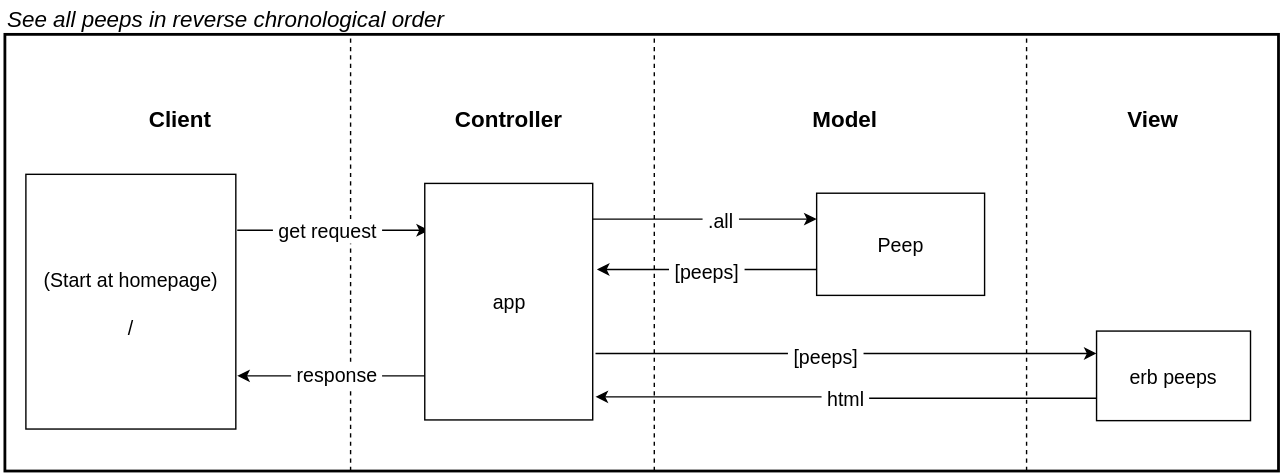
makersacademy/chitter-challenge keeps this draw.io diagram as chitter1.svg. Above is the earlier version. Source tidied: cells renumbered, new cells last; positions are measured from the earlier drawing's top-left corner, leaving out a move shared by most shapes.
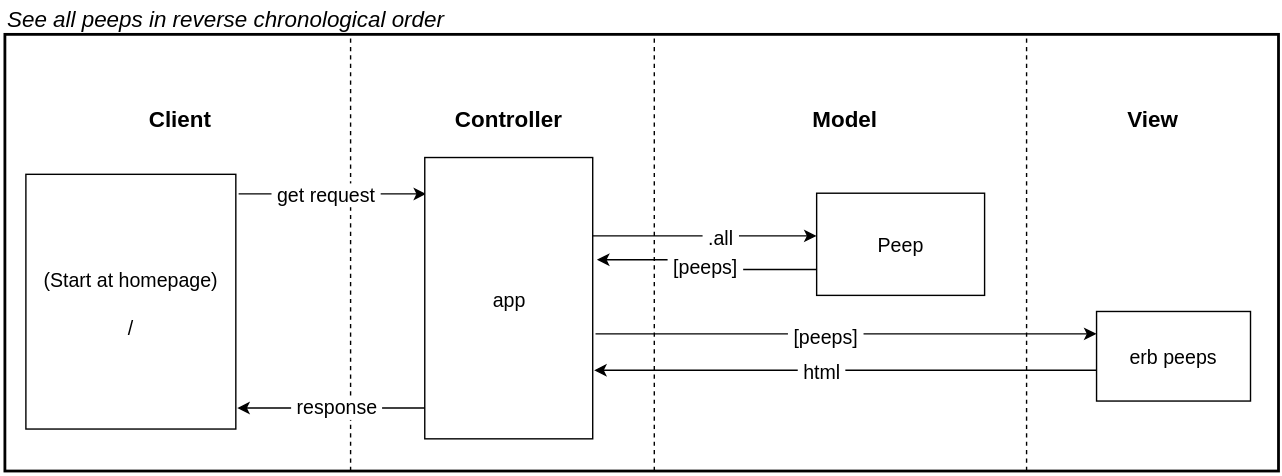
After the commit.

Commit message:
fixed time-axis...

Change to the diagram source:
```diff
@@ -35,7 +35,7 @@
     <mxCell id="9" value="View" style="text;strokeColor=none;fillColor=none;align=center;verticalAlign=middle;whiteSpace=wrap;rounded=0;glass=0;fontStyle=1;fontSize=16;horizontal=1;html=1;" parent="1" vertex="1">
       <mxGeometry x="780" y="62" width="80" height="40" as="geometry" />
     </mxCell>
-    <mxCell id="10" style="edgeStyle=orthogonalEdgeStyle;rounded=0;jettySize=auto;html=1;entryX=0.025;entryY=0.198;entryDx=0;entryDy=0;fontSize=12;entryPerimeter=0;exitX=1.007;exitY=0.22;exitDx=0;exitDy=0;exitPerimeter=0;" parent="1" edge="1" source="12" target="17">
+    <mxCell id="10" style="edgeStyle=orthogonalEdgeStyle;rounded=0;jettySize=auto;html=1;entryX=0.008;entryY=0.129;entryDx=0;entryDy=0;fontSize=12;entryPerimeter=0;exitX=1.013;exitY=0.077;exitDx=0;exitDy=0;exitPerimeter=0;" parent="1" edge="1" source="12" target="17">
       <mxGeometry relative="1" as="geometry" />
     </mxCell>
     <mxCell id="11" value="&amp;nbsp;get request&amp;nbsp;" style="text;html=1;align=center;verticalAlign=middle;labelBackgroundColor=#ffffff;fontSize=14;" parent="10" vertex="1">
@@ -46,16 +46,20 @@
     <mxCell id="12" value="(Start at homepage)&lt;br style=&quot;font-size: 14px&quot;&gt;&lt;br style=&quot;font-size: 14px&quot;&gt;/&lt;br style=&quot;font-size: 14px&quot;&gt;" style="html=1;fontSize=14;" parent="1" vertex="1">
       <mxGeometry x="15" y="122" width="150" height="182" as="geometry" />
     </mxCell>
-    <mxCell id="13" style="edgeStyle=orthogonalEdgeStyle;rounded=0;jettySize=auto;html=1;entryX=0;entryY=0.25;entryDx=0;entryDy=0;fontSize=14;" parent="1" edge="1" target="18">
+    <mxCell id="13" style="edgeStyle=orthogonalEdgeStyle;rounded=0;orthogonalLoop=1;jettySize=auto;html=1;entryX=0;entryY=0.25;entryDx=0;entryDy=0;fontSize=14;" parent="1" edge="1">
       <mxGeometry relative="1" as="geometry">
-        <mxPoint x="422" y="250" as="sourcePoint" />
+        <mxPoint x="422" y="236" as="sourcePoint" />
+        <mxPoint x="780" y="236" as="targetPoint" />
       </mxGeometry>
     </mxCell>
     <mxCell id="14" value="&amp;nbsp;[peeps]&amp;nbsp;" style="text;html=1;align=center;verticalAlign=middle;labelBackgroundColor=#ffffff;fontSize=14;" parent="13" vertex="1">
       <mxGeometry x="-0.08" y="-1" relative="1" as="geometry" />
     </mxCell>
-    <mxCell id="15" style="edgeStyle=orthogonalEdgeStyle;rounded=0;jettySize=auto;html=1;exitX=0.008;exitY=0.814;exitDx=0;exitDy=0;entryX=1.007;entryY=0.791;entryDx=0;entryDy=0;fontSize=14;exitPerimeter=0;entryPerimeter=0;" parent="1" edge="1" source="17" target="12">
-      <mxGeometry relative="1" as="geometry" />
+    <mxCell id="15" style="edgeStyle=orthogonalEdgeStyle;rounded=0;orthogonalLoop=1;jettySize=auto;html=1;exitX=0.008;exitY=0.814;exitDx=0;exitDy=0;entryX=1.007;entryY=0.791;entryDx=0;entryDy=0;fontSize=14;exitPerimeter=0;entryPerimeter=0;" parent="1" edge="1">
+      <mxGeometry relative="1" as="geometry">
+        <mxPoint x="301" y="289" as="sourcePoint" />
+        <mxPoint x="166" y="289" as="targetPoint" />
+      </mxGeometry>
     </mxCell>
     <mxCell id="16" value="&amp;nbsp;response&amp;nbsp;" style="text;html=1;align=center;verticalAlign=middle;labelBackgroundColor=#ffffff;fontSize=14;" parent="15" vertex="1">
       <mxGeometry x="0.27" relative="1" as="geometry">
@@ -63,36 +67,40 @@
       </mxGeometry>
     </mxCell>
     <mxCell id="17" value="app&lt;br style=&quot;font-size: 14px;&quot;&gt;" style="html=1;fontSize=14;" parent="1" vertex="1">
-      <mxGeometry x="300" y="128.5" width="120" height="169" as="geometry" />
+      <mxGeometry x="300" y="110" width="120" height="201" as="geometry" />
     </mxCell>
-    <mxCell id="18" value="erb peeps&lt;br style=&quot;font-size: 14px;&quot;&gt;" style="html=1;fontSize=14;" parent="1" vertex="1">
-      <mxGeometry x="780" y="234" width="110" height="64" as="geometry" />
+    <mxCell id="18" style="edgeStyle=orthogonalEdgeStyle;rounded=0;orthogonalLoop=1;jettySize=auto;html=1;exitX=0;exitY=0.5;exitDx=0;exitDy=0;fontSize=14;" parent="1" edge="1">
+      <mxGeometry relative="1" as="geometry">
+        <mxPoint x="780" y="262" as="sourcePoint" />
+        <mxPoint x="421" y="262" as="targetPoint" />
+      </mxGeometry>
     </mxCell>
-    <mxCell id="19" value="&lt;div&gt;&lt;span style=&quot;font-weight: normal&quot;&gt;&lt;i&gt;See all peeps in reverse chronological order&lt;/i&gt;&lt;/span&gt;&lt;/div&gt;" style="text;html=1;strokeColor=none;fillColor=none;align=left;verticalAlign=middle;whiteSpace=wrap;rounded=0;glass=0;fontSize=16;fontStyle=1;" parent="1" vertex="1">
-      <mxGeometry width="356" height="20" as="geometry" />
+    <mxCell id="19" value="&amp;nbsp;html&amp;nbsp;&lt;br&gt;" style="text;html=1;align=center;verticalAlign=middle;labelBackgroundColor=#ffffff;fontSize=14;" parent="18" vertex="1">
+      <mxGeometry x="0.1" relative="1" as="geometry" />
     </mxCell>
-    <mxCell id="20" style="edgeStyle=orthogonalEdgeStyle;rounded=0;jettySize=auto;html=1;exitX=0;exitY=0.75;exitDx=0;exitDy=0;entryX=1.025;entryY=0.364;entryDx=0;entryDy=0;entryPerimeter=0;fontSize=14;" parent="1" edge="1" source="22" target="17">
-      <mxGeometry relative="1" as="geometry" />
+    <mxCell id="20" value="erb peeps&lt;br style=&quot;font-size: 14px;&quot;&gt;" style="html=1;fontSize=14;" parent="1" vertex="1">
+      <mxGeometry x="780" y="220" width="110" height="64" as="geometry" />
     </mxCell>
-    <mxCell id="21" value="&amp;nbsp;[peeps]&amp;nbsp;" style="text;html=1;align=center;verticalAlign=middle;labelBackgroundColor=#ffffff;fontSize=14;" parent="20" vertex="1">
-      <mxGeometry x="0.01" relative="1" as="geometry" />
+    <mxCell id="21" value="&lt;div&gt;&lt;span style=&quot;font-weight: normal&quot;&gt;&lt;i&gt;See all peeps in reverse chronological order&lt;/i&gt;&lt;/span&gt;&lt;/div&gt;" style="text;html=1;strokeColor=none;fillColor=none;align=left;verticalAlign=middle;whiteSpace=wrap;rounded=0;glass=0;fontSize=16;fontStyle=1;" parent="1" vertex="1">
+      <mxGeometry width="356" height="20" as="geometry" />
     </mxCell>
-    <mxCell id="22" value="Peep&lt;br style=&quot;font-size: 14px;&quot;&gt;" style="html=1;fontSize=14;" parent="1" vertex="1">
-      <mxGeometry x="580" y="135.5" width="120" height="73" as="geometry" />
+    <mxCell id="22" style="edgeStyle=orthogonalEdgeStyle;rounded=0;jettySize=auto;html=1;exitX=0;exitY=0.75;exitDx=0;exitDy=0;entryX=1.025;entryY=0.364;entryDx=0;entryDy=0;entryPerimeter=0;fontSize=14;" parent="1" edge="1" source="24" target="17">
+      <mxGeometry relative="1" as="geometry" />
     </mxCell>
-    <mxCell id="23" style="edgeStyle=orthogonalEdgeStyle;rounded=0;jettySize=auto;html=1;entryX=0;entryY=0.25;entryDx=0;entryDy=0;fontSize=12;" parent="1" edge="1" target="22">
-      <mxGeometry relative="1" as="geometry">
-        <mxPoint x="420" y="154" as="sourcePoint" />
-      </mxGeometry>
+    <mxCell id="23" value="&amp;nbsp;[peeps]&amp;nbsp;" style="text;html=1;align=center;verticalAlign=middle;labelBackgroundColor=#ffffff;fontSize=14;" parent="22" vertex="1">
+      <mxGeometry x="0.01" relative="1" as="geometry" />
     </mxCell>
-    <mxCell id="24" value="&amp;nbsp;.all&amp;nbsp;" style="text;html=1;points=[];align=center;verticalAlign=middle;labelBackgroundColor=#ffffff;fontSize=14;" parent="23" vertex="1">
-      <mxGeometry x="0.14" relative="1" as="geometry" />
+    <mxCell id="24" value="Peep&lt;br style=&quot;font-size: 14px;&quot;&gt;" style="html=1;fontSize=14;" parent="1" vertex="1">
+      <mxGeometry x="580" y="135.5" width="120" height="73" as="geometry" />
     </mxCell>
-    <mxCell id="25" style="edgeStyle=orthogonalEdgeStyle;rounded=0;jettySize=auto;html=1;exitX=0;exitY=0.75;exitDx=0;exitDy=0;entryX=1.017;entryY=0.902;entryDx=0;entryDy=0;entryPerimeter=0;fontSize=14;" parent="1" edge="1" source="18" target="17">
-      <mxGeometry relative="1" as="geometry" />
+    <mxCell id="25" style="edgeStyle=orthogonalEdgeStyle;rounded=0;orthogonalLoop=1;jettySize=auto;html=1;entryX=0;entryY=0.25;entryDx=0;entryDy=0;fontSize=12;" parent="1" edge="1">
+      <mxGeometry relative="1" as="geometry">
+        <mxPoint x="420" y="166" as="sourcePoint" />
+        <mxPoint x="580" y="166" as="targetPoint" />
+      </mxGeometry>
     </mxCell>
-    <mxCell id="26" value="&amp;nbsp;html&amp;nbsp;" style="text;html=1;align=center;verticalAlign=middle;labelBackgroundColor=#ffffff;fontSize=14;" parent="25" vertex="1">
-      <mxGeometry x="0.01" relative="1" as="geometry" />
+    <mxCell id="26" value="&amp;nbsp;.all&amp;nbsp;" style="text;html=1;align=center;verticalAlign=middle;labelBackgroundColor=#ffffff;fontSize=14;" parent="25" vertex="1">
+      <mxGeometry x="0.14" relative="1" as="geometry" />
     </mxCell>
   </root>
 </mxGraphModel>
```
